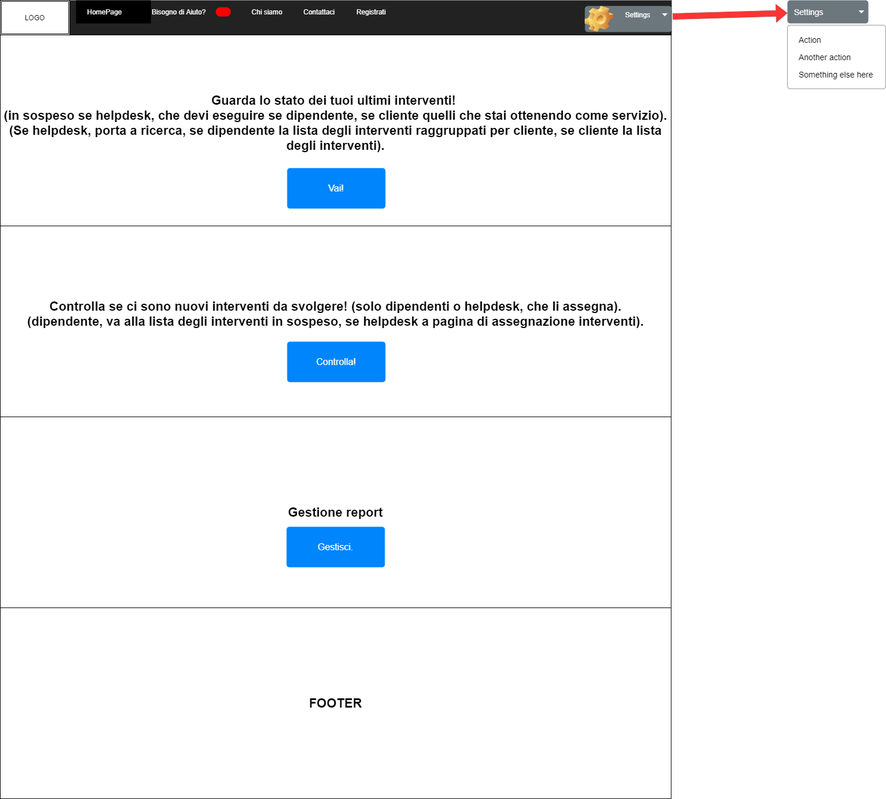
Earlier version of the draw.io export mockup/InfoservicePrivata1.1.png (InfoServiceEASY/SitoInfoService). Source tidied: cells renumbered, new cells last; positions are measured from the earlier drawing's top-left corner, leaving out a move shared by most shapes.
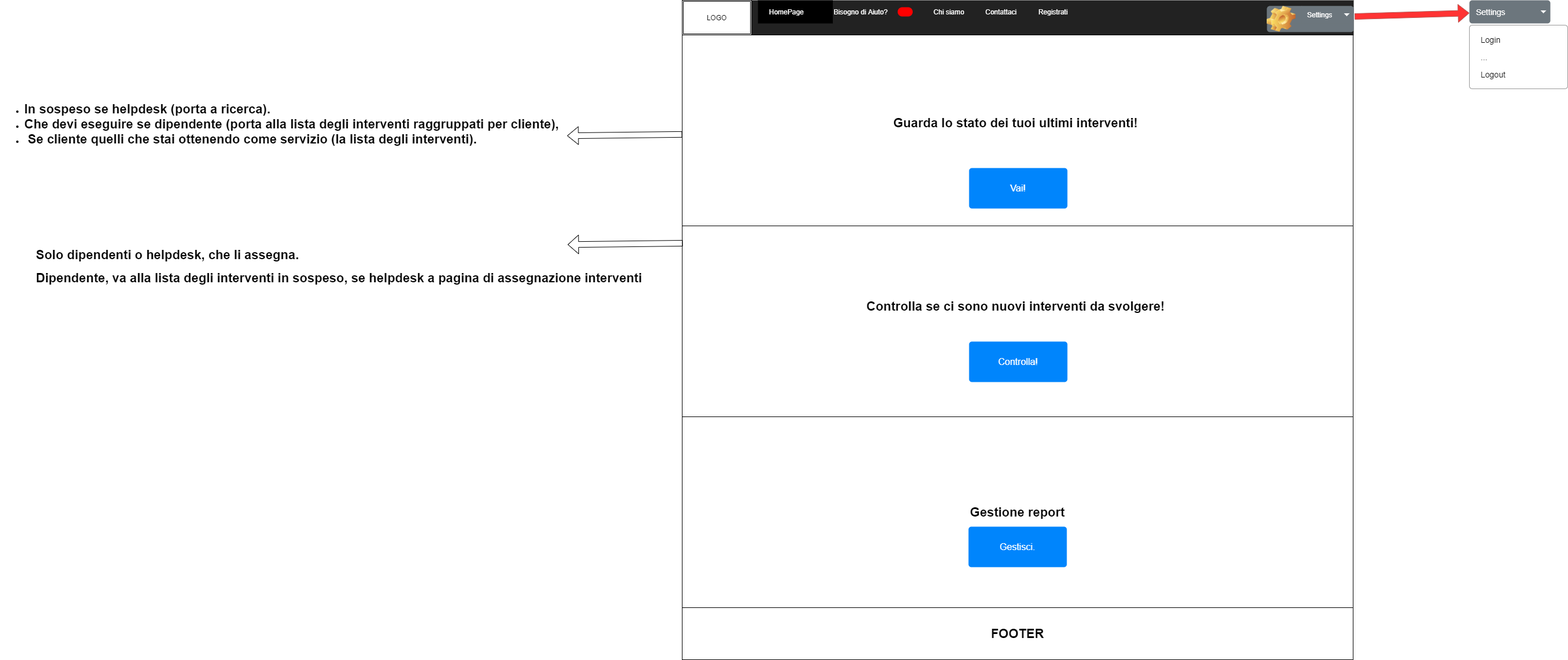
Later version of the same file.

Diff of the diagram source:
```diff
@@ -63,17 +63,17 @@
     <mxCell id="18" style="html=1;shadow=0;dashed=0;shape=mxgraph.bootstrap.rrect;rSize=5;fillColor=#ffffff;strokeColor=#999999;" parent="1" vertex="1">
       <mxGeometry x="1361" y="43" width="170" height="110" as="geometry" />
     </mxCell>
-    <mxCell id="19" value="Action" style="fillColor=none;strokeColor=none;align=left;spacing=20;fontSize=14;" parent="18" vertex="1">
+    <mxCell id="19" value="Login" style="fillColor=none;strokeColor=none;align=left;spacing=20;fontSize=14;" parent="18" vertex="1">
       <mxGeometry width="170" height="30" relative="1" as="geometry">
         <mxPoint y="10" as="offset" />
       </mxGeometry>
     </mxCell>
-    <mxCell id="20" value="Another action" style="fillColor=none;strokeColor=none;align=left;spacing=20;fontSize=14;" parent="18" vertex="1">
+    <mxCell id="20" value="..." style="fillColor=none;strokeColor=none;align=left;spacing=20;fontSize=14;" parent="18" vertex="1">
       <mxGeometry width="170" height="30" relative="1" as="geometry">
         <mxPoint y="40" as="offset" />
       </mxGeometry>
     </mxCell>
-    <mxCell id="21" value="Something else here" style="fillColor=none;strokeColor=none;align=left;spacing=20;fontSize=14;" parent="18" vertex="1">
+    <mxCell id="21" value="Logout" style="fillColor=none;strokeColor=none;align=left;spacing=20;fontSize=14;" parent="18" vertex="1">
       <mxGeometry width="170" height="30" relative="1" as="geometry">
         <mxPoint y="70" as="offset" />
       </mxGeometry>
@@ -81,13 +81,13 @@
     <mxCell id="22" style="shape=flexArrow;endArrow=classic;html=1;exitX=1.018;exitY=0.6;exitDx=0;exitDy=0;exitPerimeter=0;strokeColor=#b85450;fillColor=#FF3333;" parent="1" edge="1" source="11" target="16">
       <mxGeometry relative="1" as="geometry" />
     </mxCell>
-    <mxCell id="23" value="&lt;b style=&quot;font-size: 22px&quot;&gt;Guarda lo stato dei tuoi ultimi interventi! &lt;br&gt;(in sospeso se helpdesk, che devi eseguire se dipendente, se cliente quelli che stai ottenendo come servizio).&lt;br&gt;(Se helpdesk, porta a ricerca, se dipendente la lista degli interventi raggruppati per cliente, se cliente la lista degli interventi).&lt;/b&gt;&lt;span style=&quot;color: rgba(0 , 0 , 0 , 0) ; font-family: monospace ; font-size: 0px&quot;&gt;%3CmxGraphModel%3E%3Croot%3E%3CmxCell%20id%3D%220%22%2F%3E%3CmxCell%20id%3D%221%22%20parent%3D%220%22%2F%3E%3CmxCell%20id%3D%222%22%20value%3D%22%26lt%3Bspan%20style%3D%26quot%3Bcolor%3A%20rgb(255%20%2C%20255%20%2C%20255)%26quot%3B%26gt%3BContattaci%26lt%3B%2Fspan%26gt%3B%22%20style%3D%22html%3D1%3Bshadow%3D0%3Bdashed%3D0%3BfillColor%3Dnone%3BstrokeColor%3Dnone%3Bshape%3Dmxgraph.bootstrap.rect%3BfontColor%3D%23999999%3BwhiteSpace%3Dwrap%3B%22%20vertex%3D%221%22%20parent%3D%221%22%3E%3CmxGeometry%20x%3D%22530%22%20y%3D%2220%22%20width%3D%22100.625%22%20height%3D%2240%22%20as%3D%22geometry%22%2F%3E%3C%2FmxCell%3E%3C%2Froot%3E%3C%2FmxGraphModel%3E&lt;/span&gt;&lt;b style=&quot;font-size: 22px&quot;&gt;&lt;br&gt;&lt;br&gt;&lt;/b&gt;" style="rounded=0;whiteSpace=wrap;html=1;" parent="1" vertex="1">
+    <mxCell id="23" value="&lt;b style=&quot;font-size: 22px&quot;&gt;Guarda lo stato dei tuoi ultimi interventi! &lt;br&gt;&lt;/b&gt;&lt;b style=&quot;font-size: 22px&quot;&gt;&lt;br&gt;&lt;/b&gt;" style="rounded=0;whiteSpace=wrap;html=1;" parent="1" vertex="1">
       <mxGeometry y="60" width="1160" height="330" as="geometry" />
     </mxCell>
     <mxCell id="24" value="Vai!" style="html=1;shadow=0;dashed=0;shape=mxgraph.bootstrap.rrect;rSize=5;strokeColor=none;strokeWidth=1;fillColor=#0085FC;fontColor=#FFFFFF;whiteSpace=wrap;align=center;verticalAlign=middle;spacingLeft=0;fontStyle=0;fontSize=16;spacing=5;" parent="1" vertex="1">
       <mxGeometry x="496" y="290" width="170" height="70" as="geometry" />
     </mxCell>
-    <mxCell id="25" value="&lt;b style=&quot;font-size: 22px&quot;&gt;Controlla se ci sono nuovi interventi da svolgere! (solo dipendenti o helpdesk, che li assegna).&lt;br&gt;(dipendente, va alla lista degli interventi in sospeso, se helpdesk a pagina di assegnazione interventi).&lt;br&gt;&lt;br&gt;&lt;/b&gt;" style="rounded=0;whiteSpace=wrap;html=1;" parent="1" vertex="1">
+    <mxCell id="25" value="&lt;b style=&quot;font-size: 22px&quot;&gt;Controlla se ci sono nuovi interventi da svolgere!&amp;nbsp;&lt;br&gt;&lt;br&gt;&lt;br&gt;&lt;/b&gt;" style="rounded=0;whiteSpace=wrap;html=1;" parent="1" vertex="1">
       <mxGeometry y="390" width="1160" height="330" as="geometry" />
     </mxCell>
     <mxCell id="26" value="Controlla!" style="html=1;shadow=0;dashed=0;shape=mxgraph.bootstrap.rrect;rSize=5;strokeColor=none;strokeWidth=1;fillColor=#0085FC;fontColor=#FFFFFF;whiteSpace=wrap;align=center;verticalAlign=middle;spacingLeft=0;fontStyle=0;fontSize=16;spacing=5;" parent="1" vertex="1">
@@ -100,7 +100,25 @@
       <mxGeometry x="495" y="910" width="170" height="70" as="geometry" />
     </mxCell>
     <mxCell id="29" value="&lt;b style=&quot;font-size: 22px&quot;&gt;FOOTER&lt;br&gt;&lt;/b&gt;" style="rounded=0;whiteSpace=wrap;html=1;" parent="1" vertex="1">
-      <mxGeometry y="1050" width="1160" height="330" as="geometry" />
+      <mxGeometry y="1050" width="1160" height="90" as="geometry" />
     </mxCell>
+    <mxCell id="30" value="&lt;ul&gt;&lt;li&gt;&lt;b style=&quot;font-size: 22px&quot;&gt;In sospeso se helpdesk (porta a ricerca).&lt;/b&gt;&lt;/li&gt;&lt;li&gt;&lt;b style=&quot;font-size: 22px&quot;&gt;Che devi eseguire se dipendente (&lt;b&gt;porta alla&amp;nbsp;&lt;b&gt;lista degli interventi raggruppati per cliente&lt;/b&gt;)&lt;/b&gt;,&lt;/b&gt;&lt;/li&gt;&lt;li&gt;&lt;b style=&quot;font-size: 22px&quot;&gt;&amp;nbsp;Se cliente quelli che stai ottenendo come servizio (&lt;b&gt;la lista degli interventi)&lt;/b&gt;.&lt;/b&gt;&lt;/li&gt;&lt;/ul&gt;&lt;b style=&quot;font-size: 22px&quot;&gt;&amp;nbsp;&lt;br&gt;&lt;/b&gt;&lt;span style=&quot;color: rgba(0 , 0 , 0 , 0) ; font-family: monospace ; font-size: 0px&quot;&gt;%3CmxGraphModel%3E%3Croot%3E%3CmxCell%20id%3D%220%22%2F%3E%3CmxCell%20id%3D%221%22%20parent%3D%220%22%2F%3E%3CmxCell%20id%3D%222%22%20value%3D%22%26lt%3Bspan%20style%3D%26quot%3Bcolor%3A%20rgb(255%20%2C%20255%20%2C%20255)%26quot%3B%26gt%3BContattaci%26lt%3B%2Fspan%26gt%3B%22%20style%3D%22html%3D1%3Bshadow%3D0%3Bdashed%3D0%3BfillColor%3Dnone%3BstrokeColor%3Dnone%3Bshape%3Dmxgraph.bootstrap.rect%3BfontColor%3D%23999999%3BwhiteSpace%3Dwrap%3B%22%20vertex%3D%221%22%20parent%3D%221%22%3E%3CmxGeometry%20x%3D%22530%22%20y%3D%2220%22%20width%3D%22100.625%22%20height%3D%2240%22%20as%3D%22geometry%22%2F%3E%3C%2FmxCell%3E%3C%2Froot%3E%3C%2FmxGraphModel%3E&lt;/span&gt;&lt;b style=&quot;font-size: 22px&quot;&gt;&lt;br&gt;&lt;/b&gt;" style="text;html=1;align=left;verticalAlign=middle;points=[];" parent="1" vertex="1">
+      <mxGeometry x="-1179" y="180" width="980" height="120" as="geometry" />
+    </mxCell>
+    <mxCell id="31" style="shape=flexArrow;endArrow=classic;html=1;" parent="1" edge="1" source="23" target="30">
+      <mxGeometry relative="1" as="geometry" />
+    </mxCell>
+    <mxCell id="32" value="&lt;b style=&quot;font-size: 22px&quot;&gt;Dipendente, va alla lista degli interventi in sospeso, se helpdesk a pagina di assegnazione interventi&lt;/b&gt;" style="text;html=1;align=left;verticalAlign=middle;" parent="1" vertex="1">
+      <mxGeometry x="-1119" y="470" width="1060" height="20" as="geometry" />
+    </mxCell>
+    <mxCell id="33" value="&lt;b style=&quot;font-size: 22px&quot;&gt;Solo dipendenti o helpdesk, che li assegna.&lt;/b&gt;" style="text;html=1;align=left;verticalAlign=middle;" parent="1" vertex="1">
+      <mxGeometry x="-1119" y="430" width="470" height="20" as="geometry" />
+    </mxCell>
+    <mxCell id="34" style="shape=flexArrow;endArrow=classic;html=1;endWidth=21.666666666666668;endSize=5.783333333333334;" parent="1" edge="1">
+      <mxGeometry relative="1" as="geometry">
+        <mxPoint x="1" y="420" as="sourcePoint" />
+        <mxPoint x="-198" y="422.3" as="targetPoint" />
+      </mxGeometry>
+    </mxCell>
   </root>
 </mxGraphModel>
```
